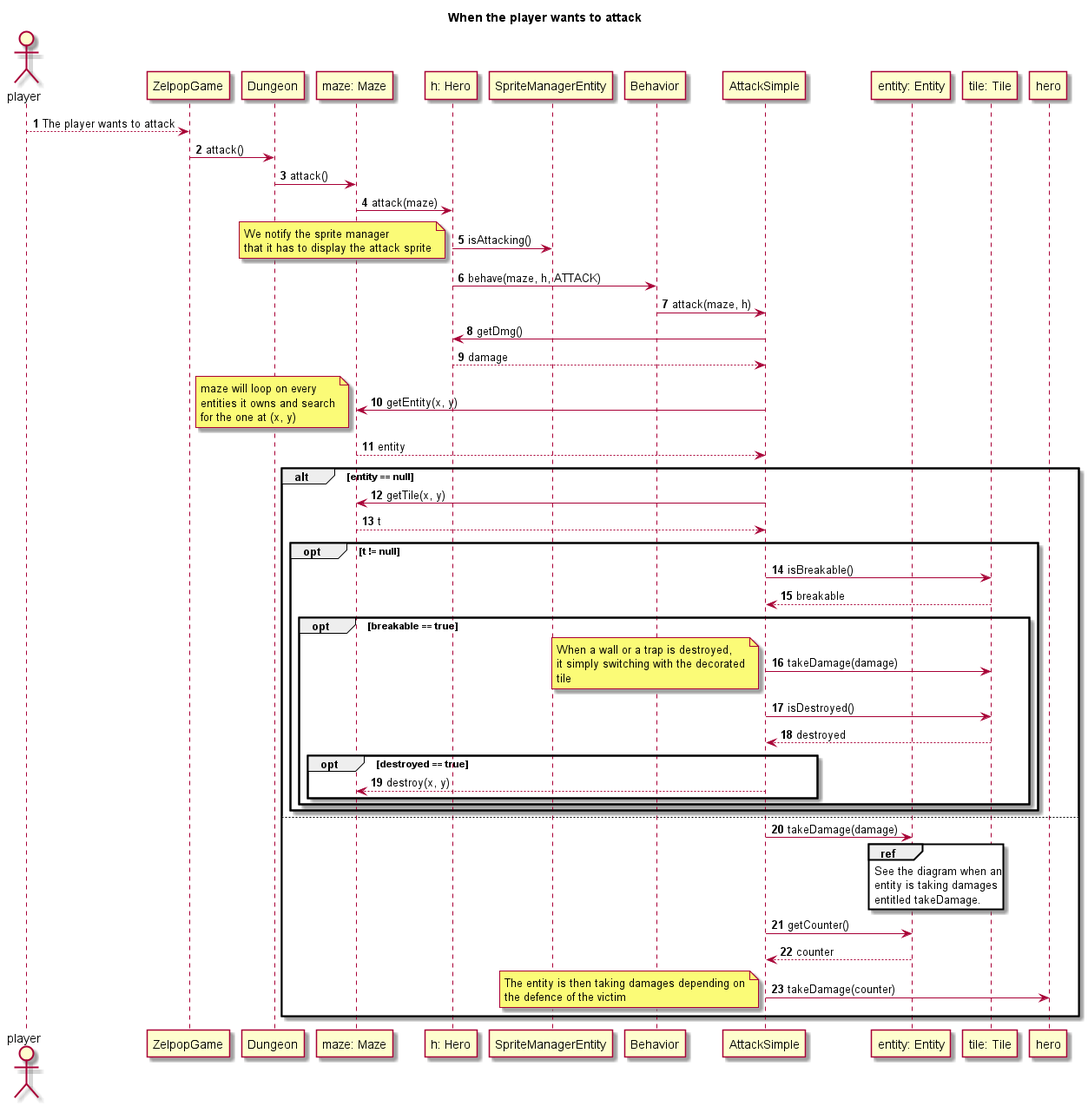
Before: doc/third_sprint/diagrams/sequences/attack.png, a diagram exported from PlantUML (Reynault/ACL_2019_Zelpop).
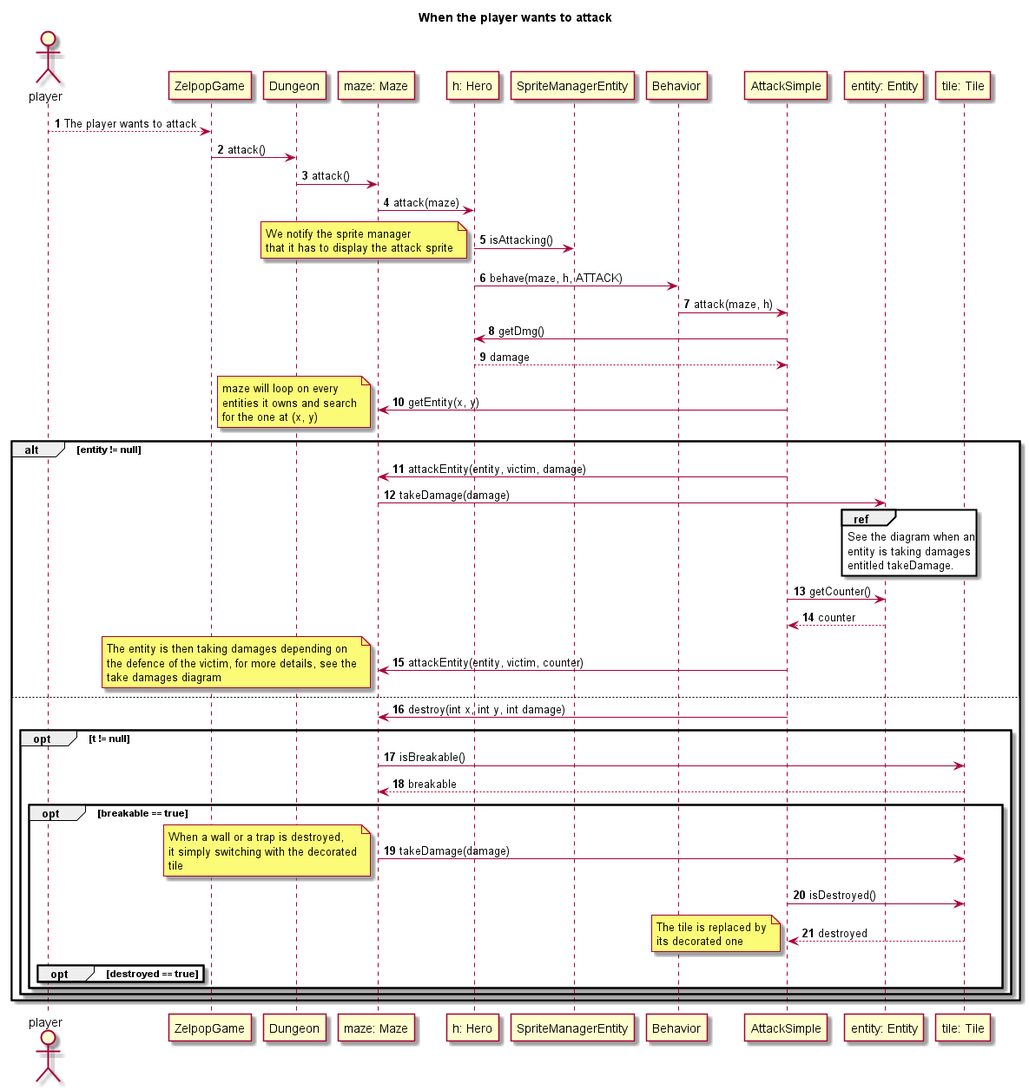
The same diagram one commit later.

Commit message:
Second sprint: refactoring and changing diagrams

What changed in the source:
```diff
@@ -46,23 +46,43 @@
 for the one at (x, y)
 end note
 
-m --> as: entity
 
-alt entity == null
+alt entity != null
 
-    as -> m: getTile(x, y)
+    as -> m: attackEntity(entity, victim, damage)
 
-    m --> as: t
+    m -> e: takeDamage(damage)
+
+    ref over e
+        See the diagram when an
+        entity is taking damages
+        entitled takeDamage.
+    end ref
+
+    as -> e: getCounter()
+
+    e --> as: counter
+
+    as -> m: attackEntity(entity, victim, counter)
+    note left
+    The entity is then taking damages depending on
+    the defence of the victim, for more details, see the
+    take damages diagram
+    end note
+
+else
+
+    as -> m: destroy(int x, int y, int damage)
 
     opt t != null
 
-        as -> t: isBreakable()
+        m -> t: isBreakable()
 
-        t --> as: breakable
+        t --> m: breakable
 
         opt breakable == true
 
-            as -> t: takeDamage(damage)
+            m -> t: takeDamage(damage)
             note left
             When a wall or a trap is destroyed,
             it simply switching with the decorated
@@ -75,34 +95,16 @@
 
             opt destroyed == true
 
-                as --> m: destroy(x, y)
+                note left
+                    The tile is replaced by
+                    its decorated one
+                end note
 
             end
 
         end
 
     end
-
-else
-
-    as -> e: takeDamage(damage)
-
-    ref over e
-        See the diagram when an
-        entity is taking damages
-        entitled takeDamage.
-    end ref
-
-    as -> e: getCounter()
-
-    e --> as: counter
-
-    as -> hero: takeDamage(counter)
-    note left
-    The entity is then taking damages depending on
-    the defence of the victim
-    end note
-
 end
 
 
```
